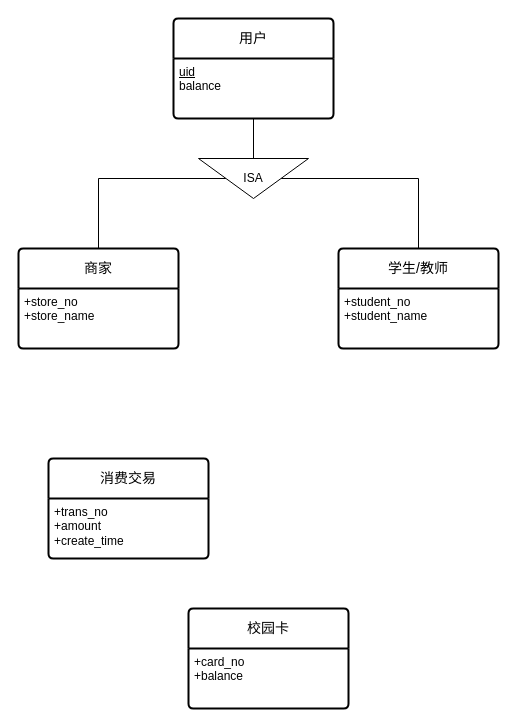
The draw.io diagram ER-Charts/ER_CampusCard.drawio in ShiaoYoung/Database-course_design, before the edit. Source tidied: cells renumbered, new cells numbered last; positions are measured from the earlier drawing's top-left corner, leaving out a move shared by most shapes. Both pictures are drawn from the tidied source at 100%, with x=0, y=0 at pixel (18, 18).
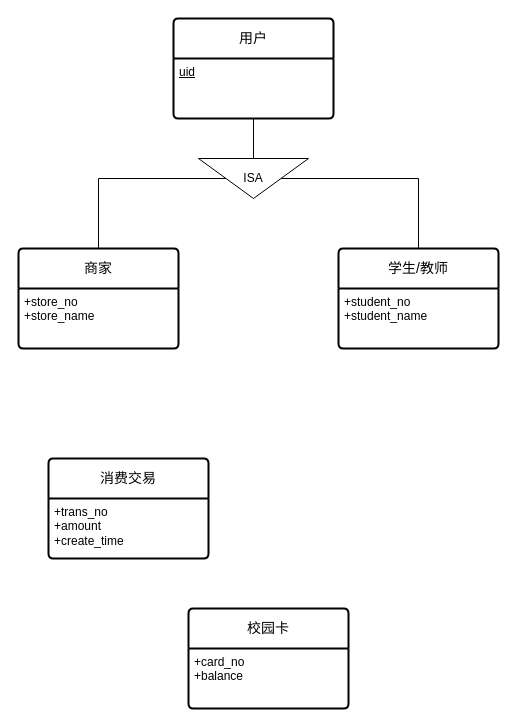
The same diagram, later.

Change to the diagram source:
```diff
@@
 <mxGraphModel>
   <root>
     <mxCell id="0" />
     <mxCell id="1" parent="0" />
     <mxCell id="2" value="商家" style="swimlane;horizontal=1;startSize=40;rounded=1;fontSize=14;fontStyle=0;strokeWidth=2;shadow=0;dashed=0;align=center;arcSize=4;whiteSpace=wrap;html=1;" parent="1" vertex="1">
       <mxGeometry y="230" width="160" height="100" as="geometry" />
     </mxCell>
     <mxCell id="3" value="+store_no&lt;br&gt;+store_name" style="align=left;strokeColor=none;fillColor=none;spacingLeft=4;fontSize=12;verticalAlign=top;html=1;" parent="2" vertex="1">
       <mxGeometry y="40" width="160" height="60" as="geometry" />
     </mxCell>
     <mxCell id="4" value="校园卡" style="swimlane;horizontal=1;startSize=40;rounded=1;fontSize=14;fontStyle=0;strokeWidth=2;shadow=0;dashed=0;align=center;arcSize=4;whiteSpace=wrap;html=1;" parent="1" vertex="1">
       <mxGeometry x="170" y="590" width="160" height="100" as="geometry" />
     </mxCell>
     <mxCell id="5" value="+card_no&lt;br&gt;+balance" style="align=left;strokeColor=none;fillColor=none;spacingLeft=4;fontSize=12;verticalAlign=top;html=1;" parent="4" vertex="1">
       <mxGeometry y="40" width="160" height="60" as="geometry" />
     </mxCell>
     <mxCell id="6" value="用户" style="swimlane;horizontal=1;startSize=40;rounded=1;fontSize=14;fontStyle=0;strokeWidth=2;shadow=0;dashed=0;align=center;arcSize=4;whiteSpace=wrap;html=1;" parent="1" vertex="1">
       <mxGeometry x="155" width="160" height="100" as="geometry" />
     </mxCell>
-    <mxCell id="7" value="&lt;u&gt;uid&lt;/u&gt;&lt;br&gt;balance" style="align=left;strokeColor=none;fillColor=none;spacingLeft=4;fontSize=12;verticalAlign=top;html=1;" parent="6" vertex="1">
+    <mxCell id="7" value="&lt;u&gt;uid&lt;/u&gt;&lt;div&gt;&lt;br/&gt;&lt;/div&gt;" style="align=left;strokeColor=none;fillColor=none;spacingLeft=4;fontSize=12;verticalAlign=top;html=1;" parent="6" vertex="1">
       <mxGeometry y="40" width="160" height="60" as="geometry" />
     </mxCell>
     <mxCell id="8" value="学生/教师" style="swimlane;horizontal=1;startSize=40;rounded=1;fontSize=14;fontStyle=0;strokeWidth=2;shadow=0;dashed=0;align=center;arcSize=4;whiteSpace=wrap;html=1;" parent="1" vertex="1">
       <mxGeometry x="320" y="230" width="160" height="100" as="geometry" />
     </mxCell>
     <mxCell id="9" value="+student_no&lt;br&gt;+student_name" style="align=left;strokeColor=none;fillColor=none;spacingLeft=4;fontSize=12;verticalAlign=top;html=1;" parent="8" vertex="1">
       <mxGeometry y="40" width="160" height="60" as="geometry" />
     </mxCell>
     <mxCell id="10" style="edgeStyle=orthogonalEdgeStyle;rounded=0;jettySize=auto;html=1;exitX=0.5;exitY=1;exitDx=0;exitDy=0;entryX=0.5;entryY=0;entryDx=0;entryDy=0;curved=0;strokeColor=default;endArrow=none;endFill=0;" parent="1" edge="1" source="12" target="2">
       <mxGeometry relative="1" as="geometry" />
     </mxCell>
     <mxCell id="11" style="edgeStyle=orthogonalEdgeStyle;rounded=0;jettySize=auto;html=1;exitX=0.5;exitY=0;exitDx=0;exitDy=0;entryX=0.5;entryY=0;entryDx=0;entryDy=0;endArrow=none;endFill=0;" parent="1" edge="1" source="12" target="8">
       <mxGeometry relative="1" as="geometry" />
     </mxCell>
     <mxCell id="12" value="ISA" style="triangle;whiteSpace=wrap;html=1;direction=south;" parent="1" vertex="1">
       <mxGeometry x="180" y="140" width="110" height="40" as="geometry" />
     </mxCell>
     <mxCell id="13" style="edgeStyle=orthogonalEdgeStyle;rounded=0;jettySize=auto;html=1;exitX=0.5;exitY=1;exitDx=0;exitDy=0;entryX=0;entryY=0.5;entryDx=0;entryDy=0;endArrow=none;endFill=0;" parent="1" edge="1" source="7" target="12">
       <mxGeometry relative="1" as="geometry" />
     </mxCell>
     <mxCell id="14" value="消费交易" style="swimlane;horizontal=1;startSize=40;rounded=1;fontSize=14;fontStyle=0;strokeWidth=2;shadow=0;dashed=0;align=center;arcSize=4;whiteSpace=wrap;html=1;" parent="1" vertex="1">
       <mxGeometry x="30" y="440" width="160" height="100" as="geometry" />
     </mxCell>
     <mxCell id="15" value="+trans_no&lt;br&gt;+amount&lt;div&gt;+create_time&lt;/div&gt;" style="align=left;strokeColor=none;fillColor=none;spacingLeft=4;fontSize=12;verticalAlign=top;html=1;" parent="14" vertex="1">
       <mxGeometry y="40" width="160" height="60" as="geometry" />
     </mxCell>
   </root>
 </mxGraphModel>
```
